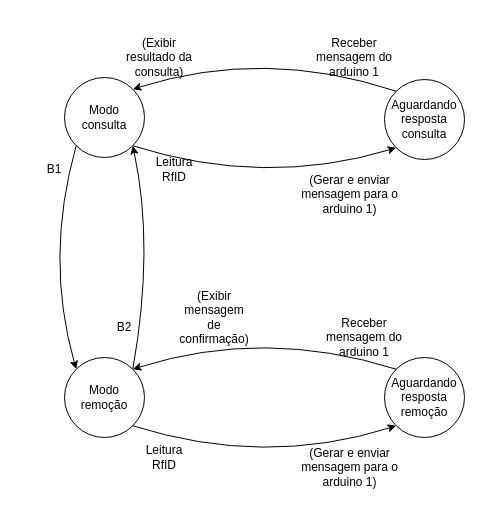
This is model/MEArduino2.drawio from Sathler/projeto, a draw.io file, before an edit. Source tidied: cells renumbered, new cells numbered last; positions are measured from the earlier drawing's top-left corner, leaving out a move shared by most shapes. Both pictures are drawn from the tidied source at 100%, with x=0, y=0 at pixel (34, 47).
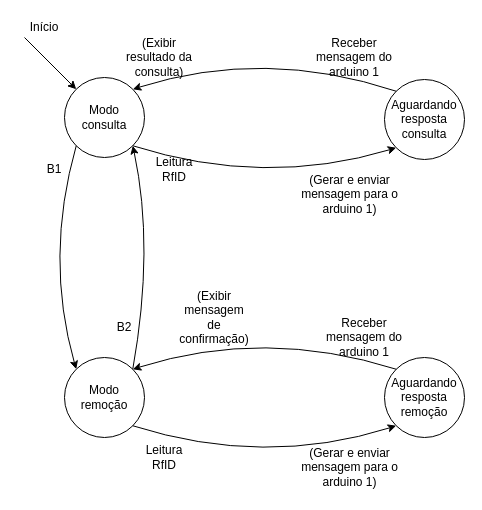
The same diagram, later.

Commit message (it also covers changes not shown here):
correcao maquina estados 2

Unchanged cells that the change refers to:
```xml
<mxCell id="2" style="ellipse;whiteSpace=wrap;html=1;" parent="1" vertex="1">
  <mxGeometry x="30" y="30" width="80" height="80" as="geometry" />
</mxCell>
```

Diff of the diagram source:
```diff
@@
+    <mxCell id="26" style="endArrow=classic;html=1;entryX=0;entryY=0;entryDx=0;entryDy=0;" parent="1" edge="1" target="2">
+      <mxGeometry relative="1" as="geometry">
+        <mxPoint x="-10" y="-10" as="sourcePoint" />
+      </mxGeometry>
+    </mxCell>
+    <mxCell id="27" value="Início" style="text;html=1;strokeColor=none;fillColor=none;align=center;verticalAlign=middle;whiteSpace=wrap;rounded=0;" parent="1" vertex="1">
+      <mxGeometry x="-10" y="-30" width="40" height="20" as="geometry" />
+    </mxCell>
```
